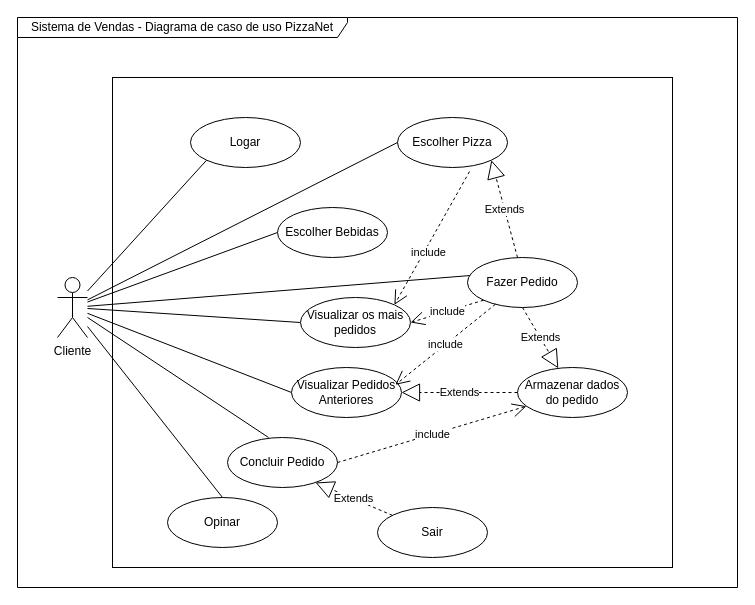
The draw.io diagram CASE Pizza Net Diagram.drawio in PaulaSena/DiagramasFaculdade, before the edit. Source tidied: cells renumbered, new cells numbered last; positions are measured from the earlier drawing's top-left corner, leaving out a move shared by most shapes. Both pictures are drawn from the tidied source at 100%, with x=0, y=0 at pixel (17, 17).
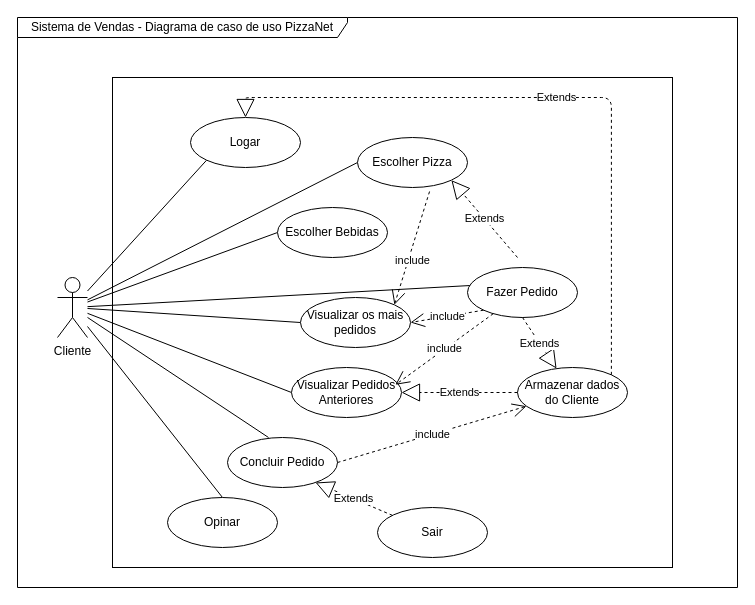
The same diagram, later.

The change refers to these unchanged cells:
```xml
<mxCell id="14" value="Logar" style="ellipse;whiteSpace=wrap;html=1;" parent="1" vertex="1">
  <mxGeometry x="173" y="100" width="110" height="50" as="geometry" />
</mxCell>
```

Change to the diagram source:
```diff
@@
     <mxCell id="18" value="Escolher Pizza" style="ellipse;whiteSpace=wrap;html=1;" parent="1" vertex="1">
-      <mxGeometry x="380" y="100" width="110" height="50" as="geometry" />
+      <mxGeometry x="340" y="120" width="110" height="50" as="geometry" />
     </mxCell>
     <mxCell id="19" value="Fazer Pedido" style="ellipse;whiteSpace=wrap;html=1;" parent="1" vertex="1">
-      <mxGeometry x="450" y="240" width="110" height="50" as="geometry" />
+      <mxGeometry x="450" y="250" width="110" height="50" as="geometry" />
     </mxCell>
@@
-    <mxCell id="22" value="Armazenar dados do pedido" style="ellipse;whiteSpace=wrap;html=1;" parent="1" vertex="1">
+    <mxCell id="22" value="Armazenar dados do Cliente" style="ellipse;whiteSpace=wrap;html=1;" parent="1" vertex="1">
       <mxGeometry x="500" y="350" width="110" height="50" as="geometry" />
     </mxCell>
@@
+    <mxCell id="32" value="Extends" style="endArrow=block;endSize=16;endFill=0;html=1;dashed=1;edgeStyle=orthogonalEdgeStyle;exitX=1;exitY=0;exitDx=0;exitDy=0;" parent="1" edge="1" source="22" target="14">
+      <mxGeometry relative="1" as="geometry">
+        <Array as="points">
+          <mxPoint x="594" y="80" />
+          <mxPoint x="228" y="80" />
+        </Array>
+      </mxGeometry>
+    </mxCell>
```
